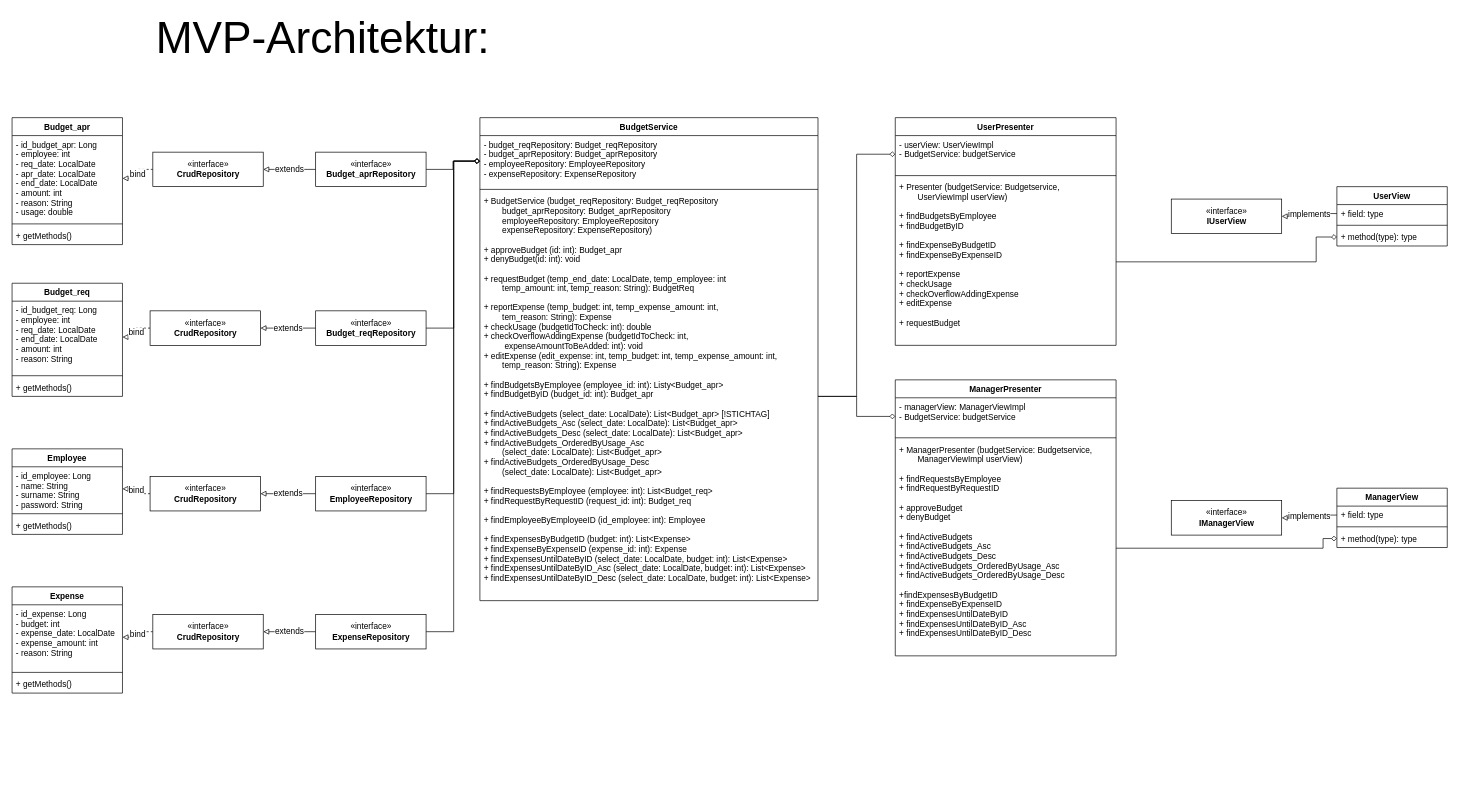
SirBing/UML keeps this draw.io diagram as BudgetDuck_MVP-Pattern-vollständig.drawio. Above is the earlier version. Source tidied: cells renumbered, new cells numbered last; positions are measured from the earlier drawing's top-left corner, leaving out a move shared by most shapes. Both pictures are drawn from the tidied source at 69%, with x=0, y=0 at pixel (12, 28).
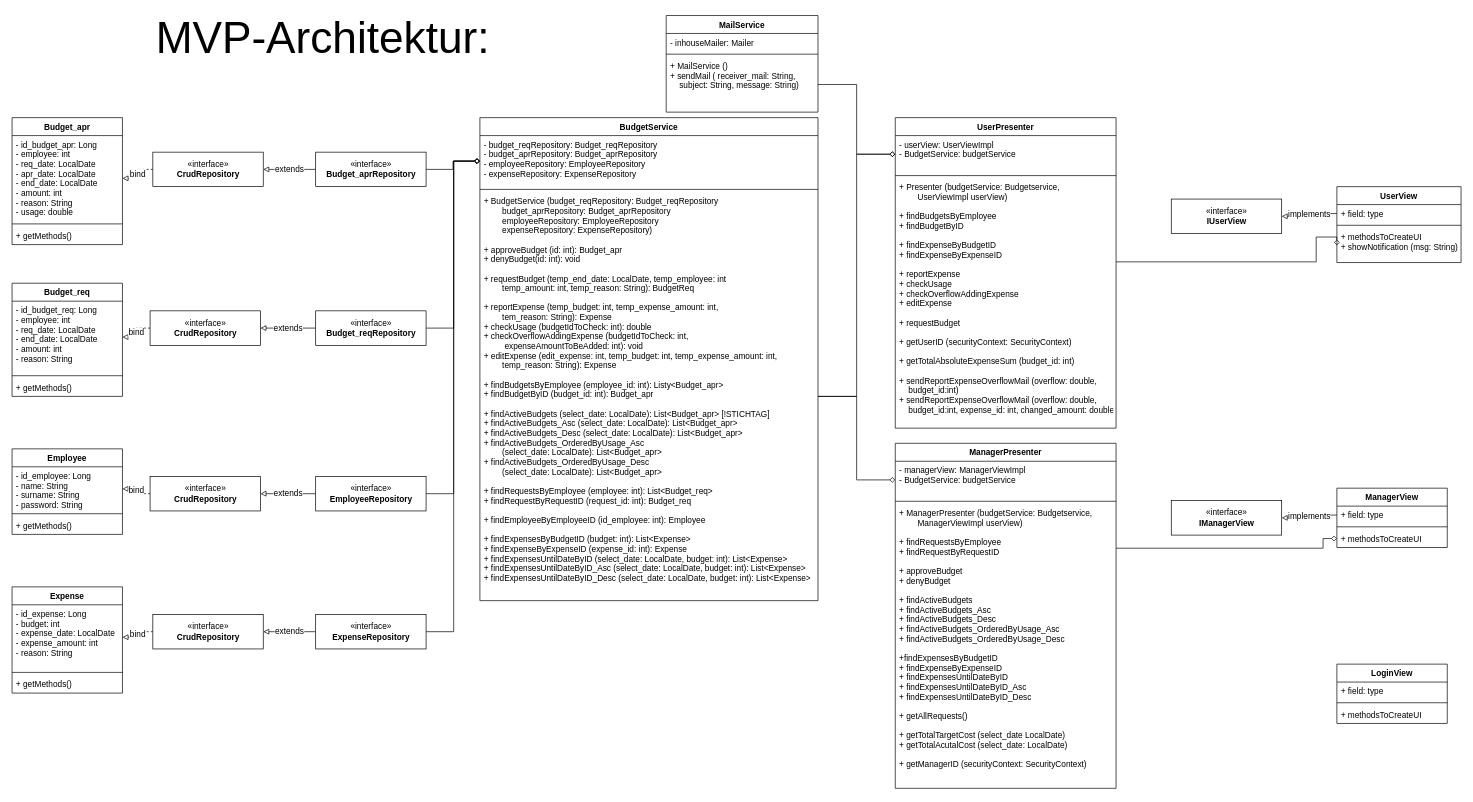
After the change.

The change refers to these unchanged cells:
```xml
<mxCell id="12" value="- userView: UserViewImpl&#10;- BudgetService: budgetService&#10;" style="text;strokeColor=none;fillColor=none;align=left;verticalAlign=top;spacingLeft=4;spacingRight=4;overflow=hidden;points=[[0,0.5],[1,0.5]];portConstraint=eastwest;" parent="11" vertex="1">
  <mxGeometry y="26" width="320" height="54" as="geometry" />
</mxCell>
<mxCell id="56" value="ManagerView" style="swimlane;fontStyle=1;align=center;verticalAlign=top;horizontal=1;startSize=26;" parent="1" vertex="1">
  <mxGeometry x="1920" y="667" width="160" height="86" as="geometry" />
</mxCell>
```

What changed in the source:
```diff
@@
     <mxCell id="11" value="UserPresenter" style="swimlane;fontStyle=1;align=center;verticalAlign=top;horizontal=1;startSize=26;" parent="1" vertex="1">
-      <mxGeometry x="1280" y="130" width="320" height="330" as="geometry" />
+      <mxGeometry x="1280" y="130" width="320" height="450" as="geometry" />
     </mxCell>
@@
-    <mxCell id="14" value="+ Presenter (budgetService: Budgetservice,&#10;        UserViewImpl userView)&#10;&#10;+ findBudgetsByEmployee&#10;+ findBudgetByID&#10;&#10;+ findExpenseByBudgetID&#10;+ findExpenseByExpenseID&#10;&#10;+ reportExpense&#10;+ checkUsage&#10;+ checkOverflowAddingExpense&#10;+ editExpense&#10;&#10;+ requestBudget" style="text;strokeColor=none;fillColor=none;align=left;verticalAlign=top;spacingLeft=4;spacingRight=4;overflow=hidden;points=[[0,0.5],[1,0.5]];portConstraint=eastwest;" parent="11" vertex="1">
-      <mxGeometry y="88" width="320" height="242" as="geometry" />
+    <mxCell id="14" value="+ Presenter (budgetService: Budgetservice,&#10;        UserViewImpl userView)&#10;&#10;+ findBudgetsByEmployee&#10;+ findBudgetByID&#10;&#10;+ findExpenseByBudgetID&#10;+ findExpenseByExpenseID&#10;&#10;+ reportExpense&#10;+ checkUsage&#10;+ checkOverflowAddingExpense&#10;+ editExpense&#10;&#10;+ requestBudget&#10;&#10;+ getUserID (securityContext: SecurityContext)&#10;&#10;+ getTotalAbsoluteExpenseSum (budget_id: int)&#10;&#10;+ sendReportExpenseOverflowMail (overflow: double,&#10;    budget_id:int)&#10;+ sendReportExpenseOverflowMail (overflow: double,&#10;    budget_id:int, expense_id: int, changed_amount: double)&#10;" style="text;strokeColor=none;fillColor=none;align=left;verticalAlign=top;spacingLeft=4;spacingRight=4;overflow=hidden;points=[[0,0.5],[1,0.5]];portConstraint=eastwest;" parent="11" vertex="1">
+      <mxGeometry y="88" width="320" height="362" as="geometry" />
     </mxCell>
     <mxCell id="15" value="UserView" style="swimlane;fontStyle=1;align=center;verticalAlign=top;horizontal=1;startSize=26;" parent="1" vertex="1">
-      <mxGeometry x="1920" y="230" width="160" height="86" as="geometry" />
+      <mxGeometry x="1920" y="230" width="180" height="110" as="geometry" />
     </mxCell>
     <mxCell id="16" value="+ field: type" style="text;strokeColor=none;fillColor=none;align=left;verticalAlign=top;spacingLeft=4;spacingRight=4;overflow=hidden;points=[[0,0.5],[1,0.5]];portConstraint=eastwest;" parent="15" vertex="1">
-      <mxGeometry y="26" width="160" height="26" as="geometry" />
+      <mxGeometry y="26" width="180" height="26" as="geometry" />
     </mxCell>
     <mxCell id="17" style="line;strokeWidth=1;fillColor=none;align=left;verticalAlign=middle;spacingTop=-1;spacingLeft=3;spacingRight=3;labelPosition=right;" parent="15" vertex="1">
-      <mxGeometry y="52" width="160" height="8" as="geometry" />
+      <mxGeometry y="52" width="180" height="8" as="geometry" />
     </mxCell>
-    <mxCell id="18" value="+ method(type): type" style="text;strokeColor=none;fillColor=none;align=left;verticalAlign=top;spacingLeft=4;spacingRight=4;overflow=hidden;points=[[0,0.5],[1,0.5]];portConstraint=eastwest;" parent="15" vertex="1">
-      <mxGeometry y="60" width="160" height="26" as="geometry" />
+    <mxCell id="18" value="+ methodsToCreateUI&#10;+ showNotification (msg: String)&#10;" style="text;strokeColor=none;fillColor=none;align=left;verticalAlign=top;spacingLeft=4;spacingRight=4;overflow=hidden;points=[[0,0.5],[1,0.5]];portConstraint=eastwest;" parent="15" vertex="1">
+      <mxGeometry y="60" width="180" height="50" as="geometry" />
     </mxCell>
@@
     <mxCell id="52" value="ManagerPresenter" style="swimlane;fontStyle=1;align=center;verticalAlign=top;horizontal=1;startSize=26;" parent="1" vertex="1">
-      <mxGeometry x="1280" y="510" width="320" height="400" as="geometry" />
+      <mxGeometry x="1280" y="602" width="320" height="500" as="geometry" />
     </mxCell>
@@
-    <mxCell id="55" value="+ ManagerPresenter (budgetService: Budgetservice,&#10;        ManagerViewImpl userView)&#10;&#10;+ findRequestsByEmployee&#10;+ findRequestByRequestID&#10;&#10;+ approveBudget&#10;+ denyBudget&#10;&#10;+ findActiveBudgets&#10;+ findActiveBudgets_Asc&#10;+ findActiveBudgets_Desc&#10;+ findActiveBudgets_OrderedByUsage_Asc&#10;+ findActiveBudgets_OrderedByUsage_Desc&#10;&#10;+findExpensesByBudgetID&#10;+ findExpenseByExpenseID&#10;+ findExpensesUntilDateByID&#10;+ findExpensesUntilDateByID_Asc&#10;+ findExpensesUntilDateByID_Desc&#10;&#10;" style="text;strokeColor=none;fillColor=none;align=left;verticalAlign=top;spacingLeft=4;spacingRight=4;overflow=hidden;points=[[0,0.5],[1,0.5]];portConstraint=eastwest;" parent="52" vertex="1">
-      <mxGeometry y="88" width="320" height="312" as="geometry" />
+    <mxCell id="55" value="+ ManagerPresenter (budgetService: Budgetservice,&#10;        ManagerViewImpl userView)&#10;&#10;+ findRequestsByEmployee&#10;+ findRequestByRequestID&#10;&#10;+ approveBudget&#10;+ denyBudget&#10;&#10;+ findActiveBudgets&#10;+ findActiveBudgets_Asc&#10;+ findActiveBudgets_Desc&#10;+ findActiveBudgets_OrderedByUsage_Asc&#10;+ findActiveBudgets_OrderedByUsage_Desc&#10;&#10;+findExpensesByBudgetID&#10;+ findExpenseByExpenseID&#10;+ findExpensesUntilDateByID&#10;+ findExpensesUntilDateByID_Asc&#10;+ findExpensesUntilDateByID_Desc&#10;&#10;+ getAllRequests()&#10;&#10;+ getTotalTargetCost (select_date LocalDate)&#10;+ getTotalAcutalCost (select_date: LocalDate)&#10;&#10;+ getManagerID (securityContext: SecurityContext)&#10;&#10;&#10;" style="text;strokeColor=none;fillColor=none;align=left;verticalAlign=top;spacingLeft=4;spacingRight=4;overflow=hidden;points=[[0,0.5],[1,0.5]];portConstraint=eastwest;" parent="52" vertex="1">
+      <mxGeometry y="88" width="320" height="412" as="geometry" />
     </mxCell>
@@
-    <mxCell id="59" value="+ method(type): type" style="text;strokeColor=none;fillColor=none;align=left;verticalAlign=top;spacingLeft=4;spacingRight=4;overflow=hidden;points=[[0,0.5],[1,0.5]];portConstraint=eastwest;" parent="56" vertex="1">
+    <mxCell id="59" value="+ methodsToCreateUI" style="text;strokeColor=none;fillColor=none;align=left;verticalAlign=top;spacingLeft=4;spacingRight=4;overflow=hidden;points=[[0,0.5],[1,0.5]];portConstraint=eastwest;" parent="56" vertex="1">
       <mxGeometry y="60" width="160" height="26" as="geometry" />
     </mxCell>
@@
+    <mxCell id="67" value="MailService" style="swimlane;fontStyle=1;align=center;verticalAlign=top;horizontal=1;startSize=26;" parent="1" vertex="1">
+      <mxGeometry x="948" y="-18" width="220" height="140" as="geometry" />
+    </mxCell>
+    <mxCell id="68" value="- inhouseMailer: Mailer" style="text;strokeColor=none;fillColor=none;align=left;verticalAlign=top;spacingLeft=4;spacingRight=4;overflow=hidden;" parent="67" vertex="1">
+      <mxGeometry y="26" width="220" height="26" as="geometry" />
+    </mxCell>
+    <mxCell id="69" style="line;strokeWidth=1;fillColor=none;align=left;verticalAlign=middle;spacingTop=-1;spacingLeft=3;spacingRight=3;labelPosition=right;" parent="67" vertex="1">
+      <mxGeometry y="52" width="220" height="8" as="geometry" />
+    </mxCell>
+    <mxCell id="70" value="+ MailService ()&#10;+ sendMail ( receiver_mail: String,&#10;    subject: String, message: String)&#10;" style="text;strokeColor=none;fillColor=none;align=left;verticalAlign=top;spacingLeft=4;spacingRight=4;overflow=hidden;points=[[0,0.5],[1,0.5]];portConstraint=eastwest;" parent="67" vertex="1">
+      <mxGeometry y="60" width="220" height="80" as="geometry" />
+    </mxCell>
+    <mxCell id="71" value="LoginView" style="swimlane;fontStyle=1;align=center;verticalAlign=top;horizontal=1;startSize=26;" parent="1" vertex="1">
+      <mxGeometry x="1920" y="922" width="160" height="86" as="geometry" />
+    </mxCell>
+    <mxCell id="72" value="+ field: type" style="text;strokeColor=none;fillColor=none;align=left;verticalAlign=top;spacingLeft=4;spacingRight=4;overflow=hidden;" parent="71" vertex="1">
+      <mxGeometry y="26" width="160" height="26" as="geometry" />
+    </mxCell>
+    <mxCell id="73" style="line;strokeWidth=1;fillColor=none;align=left;verticalAlign=middle;spacingTop=-1;spacingLeft=3;spacingRight=3;labelPosition=right;" parent="71" vertex="1">
+      <mxGeometry y="52" width="160" height="8" as="geometry" />
+    </mxCell>
+    <mxCell id="74" value="+ methodsToCreateUI" style="text;strokeColor=none;fillColor=none;align=left;verticalAlign=top;spacingLeft=4;spacingRight=4;overflow=hidden;" parent="71" vertex="1">
+      <mxGeometry y="60" width="160" height="26" as="geometry" />
+    </mxCell>
+    <mxCell id="75" style="edgeStyle=orthogonalEdgeStyle;rounded=0;jettySize=auto;html=1;entryX=0;entryY=0.5;entryDx=0;entryDy=0;endArrow=diamond;endFill=0;" parent="1" edge="1" source="70" target="12">
+      <mxGeometry relative="1" as="geometry" />
+    </mxCell>
```
